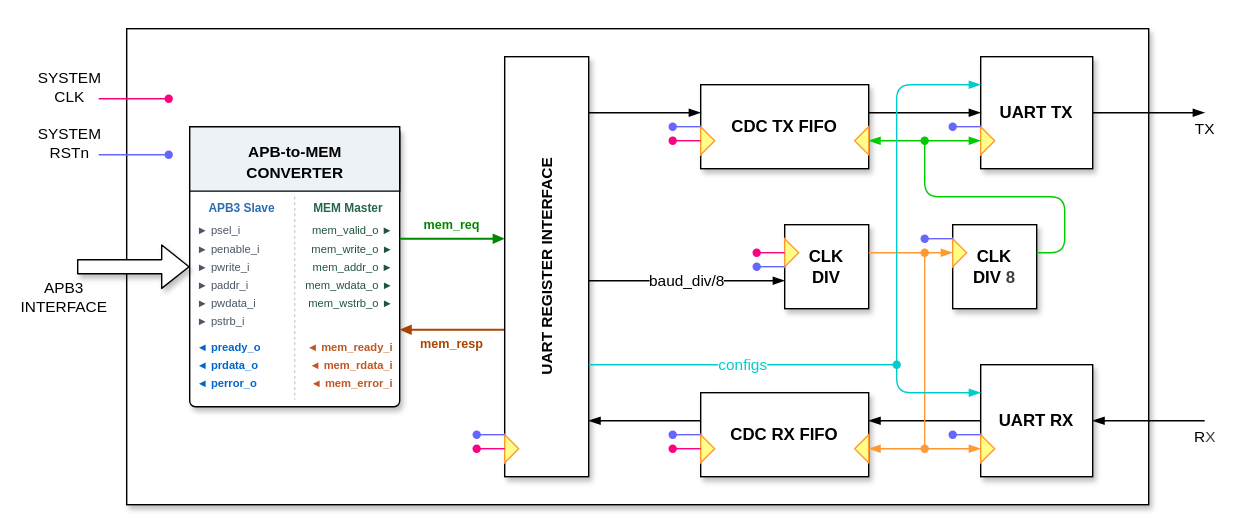
ADN-VLSI/T202607 keeps this draw.io diagram as document/apb_uart.svg. Above is the earlier version. Source tidied: cells renumbered, new cells last; positions are measured from the earlier drawing's top-left corner, leaving out a move shared by most shapes.
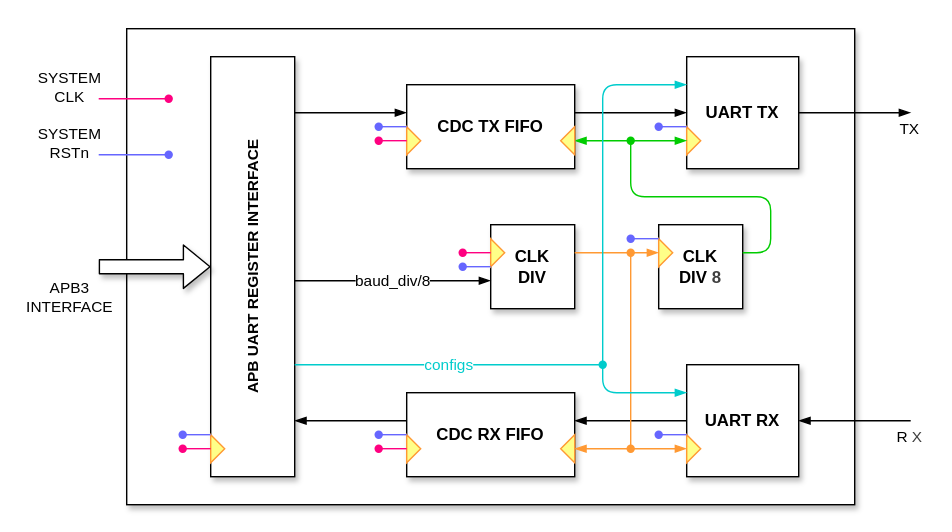
Later version of the same file.

Change to the diagram source:
```diff
@@ -3,10 +3,10 @@
     <mxCell id="0" />
     <mxCell id="1" parent="0" />
     <mxCell id="2" style="whiteSpace=wrap;html=1;fontFamily=Helvetica;fontSize=11;fontColor=default;labelBackgroundColor=default;shadow=0;strokeColor=none;" parent="1" vertex="1">
-      <mxGeometry width="900" height="380" as="geometry" />
+      <mxGeometry x="210" width="680" height="380" as="geometry" />
     </mxCell>
     <mxCell id="3" style="whiteSpace=wrap;html=1;fontFamily=Helvetica;fontSize=11;fontColor=default;labelBackgroundColor=default;shadow=1;" parent="1" vertex="1">
-      <mxGeometry x="90" y="20" width="730" height="340" as="geometry" />
+      <mxGeometry x="300" y="20" width="520" height="340" as="geometry" />
     </mxCell>
     <mxCell id="4" value="&lt;b&gt;UART TX&lt;/b&gt;" style="whiteSpace=wrap;html=1;shadow=1;" parent="1" vertex="1">
       <mxGeometry x="700" y="40" width="80" height="80" as="geometry" />
@@ -126,7 +126,7 @@
     <mxCell id="33" style="triangle;whiteSpace=wrap;html=1;fontFamily=Helvetica;fontSize=11;labelBackgroundColor=default;fillColor=#ffff88;strokeColor=#FF9933;direction=west;" parent="1" vertex="1">
       <mxGeometry x="610" y="310" width="10" height="20" as="geometry" />
     </mxCell>
-    <mxCell id="34" value="&lt;div&gt;UART REGISTER INTERFACE&lt;/div&gt;" style="whiteSpace=wrap;html=1;fontFamily=Helvetica;fontSize=11;fontColor=default;labelBackgroundColor=default;fontStyle=1;shadow=1;horizontal=0;" parent="1" vertex="1">
+    <mxCell id="34" value="&lt;div&gt;APB UART REGISTER INTERFACE&lt;/div&gt;" style="whiteSpace=wrap;html=1;fontFamily=Helvetica;fontSize=11;fontColor=default;labelBackgroundColor=default;fontStyle=1;shadow=1;horizontal=0;" parent="1" vertex="1">
       <mxGeometry x="360" y="40" width="60" height="300" as="geometry" />
     </mxCell>
     <mxCell id="35" style="edgeStyle=none;shape=connector;rounded=1;html=1;strokeColor=default;align=center;verticalAlign=middle;fontFamily=Helvetica;fontSize=11;fontColor=default;labelBackgroundColor=default;endArrow=blockThin;endFill=1;" parent="1" edge="1">
@@ -206,40 +206,40 @@
     </mxCell>
     <mxCell id="51" style="shape=flexArrow;endArrow=classic;html=1;rounded=1;align=center;verticalAlign=middle;fontFamily=Helvetica;fontSize=11;fontColor=default;labelBackgroundColor=default;edgeStyle=none;fillColor=default;shadow=1;" parent="1" edge="1">
       <mxGeometry relative="1" as="geometry">
-        <mxPoint x="55" y="190" as="sourcePoint" />
-        <mxPoint x="135" y="190" as="targetPoint" />
+        <mxPoint x="280" y="190" as="sourcePoint" />
+        <mxPoint x="360" y="190" as="targetPoint" />
       </mxGeometry>
     </mxCell>
     <mxCell id="52" value="APB3&lt;div&gt;INTERFACE&lt;/div&gt;" style="text;html=1;align=center;verticalAlign=middle;strokeColor=none;fillColor=none;fontFamily=Helvetica;fontSize=11;fontColor=default;labelBackgroundColor=none;" parent="1" vertex="1">
-      <mxGeometry x="4" y="192" width="90" height="40" as="geometry" />
+      <mxGeometry x="214" y="192" width="90" height="40" as="geometry" />
     </mxCell>
     <mxCell id="53" style="edgeStyle=none;shape=connector;rounded=1;html=1;entryX=0;entryY=0.5;entryDx=0;entryDy=0;strokeColor=#FF0080;align=center;verticalAlign=middle;fontFamily=Helvetica;fontSize=11;fontColor=default;labelBackgroundColor=default;endArrow=none;endFill=0;" parent="1" edge="1" source="54">
       <mxGeometry relative="1" as="geometry">
-        <mxPoint x="70" y="70" as="targetPoint" />
+        <mxPoint x="280" y="70" as="targetPoint" />
       </mxGeometry>
     </mxCell>
     <mxCell id="54" style="shape=waypoint;sketch=0;size=6;points=[];fillColor=#d0cee2;perimeter=centerPerimeter;snapToPoint=1;fontFamily=Helvetica;fontSize=11;labelBackgroundColor=default;strokeColor=#FF0080;" parent="1" vertex="1">
-      <mxGeometry x="110" y="60" width="20" height="20" as="geometry" />
+      <mxGeometry x="320" y="60" width="20" height="20" as="geometry" />
     </mxCell>
     <mxCell id="55" value="&lt;span style=&quot;background-color: transparent;&quot;&gt;&lt;font color=&quot;#000000&quot;&gt;R&lt;/font&gt;&lt;/span&gt;&lt;span style=&quot;color: rgb(63, 63, 63); background-color: transparent;&quot;&gt;X&lt;/span&gt;" style="text;html=1;align=center;verticalAlign=middle;strokeColor=none;fillColor=none;fontFamily=Helvetica;fontSize=11;fontColor=default;labelBackgroundColor=none;" parent="1" vertex="1">
       <mxGeometry x="839" y="297" width="40" height="30" as="geometry" />
     </mxCell>
     <mxCell id="56" value="SYSTEM&lt;div&gt;CLK&lt;/div&gt;" style="text;html=1;align=center;verticalAlign=middle;strokeColor=none;fillColor=none;fontFamily=Helvetica;fontSize=11;fontColor=default;labelBackgroundColor=none;" parent="1" vertex="1">
-      <mxGeometry x="14" y="42" width="70" height="40" as="geometry" />
+      <mxGeometry x="224" y="42" width="70" height="40" as="geometry" />
     </mxCell>
     <mxCell id="57" value="&lt;div&gt;TX&lt;/div&gt;" style="text;html=1;align=center;verticalAlign=middle;strokeColor=none;fillColor=none;fontFamily=Helvetica;fontSize=11;fontColor=default;labelBackgroundColor=none;" parent="1" vertex="1">
       <mxGeometry x="839" y="77" width="40" height="30" as="geometry" />
     </mxCell>
     <mxCell id="58" style="edgeStyle=none;shape=connector;rounded=1;html=1;entryX=0;entryY=0.5;entryDx=0;entryDy=0;strokeColor=#6666FF;align=center;verticalAlign=middle;fontFamily=Helvetica;fontSize=11;fontColor=default;labelBackgroundColor=default;endArrow=none;endFill=0;" parent="1" edge="1" source="59">
       <mxGeometry relative="1" as="geometry">
-        <mxPoint x="70" y="110" as="targetPoint" />
+        <mxPoint x="280" y="110" as="targetPoint" />
       </mxGeometry>
     </mxCell>
     <mxCell id="59" style="shape=waypoint;sketch=0;size=6;points=[];fillColor=#d0cee2;perimeter=centerPerimeter;snapToPoint=1;fontFamily=Helvetica;fontSize=11;labelBackgroundColor=default;strokeColor=#6666FF;" parent="1" vertex="1">
-      <mxGeometry x="110" y="100" width="20" height="20" as="geometry" />
+      <mxGeometry x="320" y="100" width="20" height="20" as="geometry" />
     </mxCell>
     <mxCell id="60" value="SYSTEM&lt;div&gt;RSTn&lt;/div&gt;" style="text;html=1;align=center;verticalAlign=middle;strokeColor=none;fillColor=none;fontFamily=Helvetica;fontSize=11;fontColor=default;labelBackgroundColor=none;" parent="1" vertex="1">
-      <mxGeometry x="14" y="82" width="70" height="40" as="geometry" />
+      <mxGeometry x="224" y="82" width="70" height="40" as="geometry" />
     </mxCell>
     <mxCell id="61" style="edgeStyle=none;shape=connector;rounded=1;html=1;entryX=0;entryY=0.5;entryDx=0;entryDy=0;strokeColor=#6666FF;align=center;verticalAlign=middle;fontFamily=Helvetica;fontSize=11;fontColor=default;labelBackgroundColor=default;endArrow=none;endFill=0;" parent="1" edge="1" source="62">
       <mxGeometry relative="1" as="geometry">
@@ -297,20 +297,5 @@
     <mxCell id="74" style="shape=waypoint;sketch=0;size=6;points=[];fillColor=#d0cee2;perimeter=centerPerimeter;snapToPoint=1;fontFamily=Helvetica;fontSize=11;labelBackgroundColor=default;strokeColor=#6666FF;" parent="1" vertex="1">
       <mxGeometry x="670" y="80" width="20" height="20" as="geometry" />
     </mxCell>
-    <mxCell id="75" value="&lt;b&gt;APB-to-MEM&lt;br&gt;CONVERTER&lt;/b&gt;" style="whiteSpace=wrap;html=1;shadow=1;fontStyle=1;" parent="1" vertex="1">
-      <mxGeometry x="135" y="95" width="145" height="190" as="geometry" />
-    </mxCell>
-    <mxCell id="76" value="mem_req" style="edgeStyle=none;shape=connector;rounded=1;html=1;strokeColor=#008800;align=center;verticalAlign=bottom;fontFamily=Helvetica;fontSize=10;fontColor=#008800;labelBackgroundColor=default;endArrow=blockThin;endFill=1;" parent="1" edge="1">
-      <mxGeometry relative="1" as="geometry">
-        <mxPoint x="280" y="165" as="sourcePoint" />
-        <mxPoint x="360" y="165" as="targetPoint" />
-      </mxGeometry>
-    </mxCell>
-    <mxCell id="77" value="mem_resp" style="edgeStyle=none;shape=connector;rounded=1;html=1;strokeColor=#aa4400;align=center;verticalAlign=top;fontFamily=Helvetica;fontSize=10;fontColor=#aa4400;labelBackgroundColor=default;endArrow=blockThin;endFill=1;" parent="1" edge="1">
-      <mxGeometry relative="1" as="geometry">
-        <mxPoint x="360" y="215" as="sourcePoint" />
-        <mxPoint x="280" y="215" as="targetPoint" />
-      </mxGeometry>
-    </mxCell>
   </root>
 </mxGraphModel>
```
